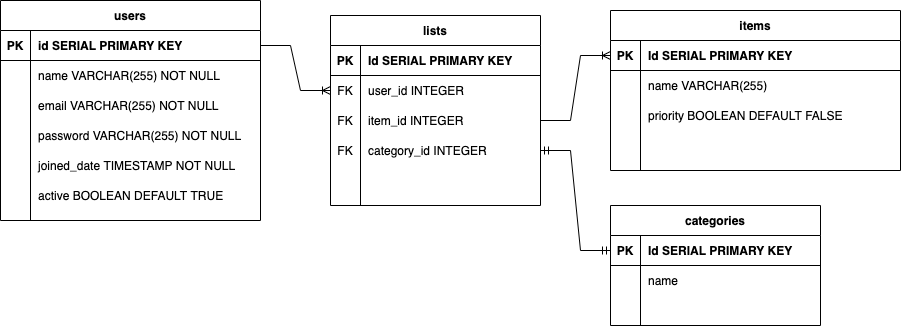
Before: planning/todo_ERD.png, a diagram exported from draw.io (smalott16/lhl_midterm). Source tidied: cells renumbered, new cells last; positions are measured from the earlier drawing's top-left corner, leaving out a move shared by most shapes. The source it was exported from:
```xml
<mxGraphModel>
  <root>
    <mxCell id="0" />
    <mxCell id="1" parent="0" />
    <mxCell id="2" value="users" style="shape=table;startSize=30;rowLines=0;fontStyle=1;align=center;" parent="1" vertex="1">
      <mxGeometry width="260" height="220" as="geometry" />
    </mxCell>
    <mxCell id="3" style="shape=partialRectangle;fillColor=none;top=0;left=0;bottom=1;right=0;points=[[0,0.5],[1,0.5]];portConstraint=eastwest;" parent="2" vertex="1">
      <mxGeometry y="30" width="260" height="30" as="geometry" />
    </mxCell>
    <mxCell id="4" value="PK" style="shape=partialRectangle;fillColor=none;top=0;left=0;bottom=0;right=0;fontStyle=1;overflow=hidden;" parent="3" vertex="1">
      <mxGeometry width="30" height="30" as="geometry" />
    </mxCell>
    <mxCell id="5" value="id SERIAL PRIMARY KEY   " style="shape=partialRectangle;fillColor=none;top=0;left=0;bottom=0;right=0;align=left;spacingLeft=6;fontStyle=1;overflow=hidden;" parent="3" vertex="1">
      <mxGeometry x="30" width="230" height="30" as="geometry" />
    </mxCell>
    <mxCell id="6" style="shape=partialRectangle;fillColor=none;top=0;left=0;bottom=0;right=0;" parent="2" vertex="1">
      <mxGeometry y="60" width="260" height="30" as="geometry" />
    </mxCell>
    <mxCell id="7" style="shape=partialRectangle;fillColor=none;top=0;left=0;bottom=0;right=0;overflow=hidden;" parent="6" vertex="1">
      <mxGeometry width="30" height="30" as="geometry" />
    </mxCell>
    <mxCell id="8" value="name VARCHAR(255) NOT NULL" style="shape=partialRectangle;fillColor=none;top=0;left=0;bottom=0;right=0;align=left;spacingLeft=6;overflow=hidden;" parent="6" vertex="1">
      <mxGeometry x="30" width="230" height="30" as="geometry" />
    </mxCell>
    <mxCell id="9" style="shape=partialRectangle;fillColor=none;top=0;left=0;bottom=0;right=0;" parent="2" vertex="1">
      <mxGeometry y="90" width="260" height="30" as="geometry" />
    </mxCell>
    <mxCell id="10" style="shape=partialRectangle;fillColor=none;top=0;left=0;bottom=0;right=0;overflow=hidden;" parent="9" vertex="1">
      <mxGeometry width="30" height="30" as="geometry" />
    </mxCell>
    <mxCell id="11" value="email VARCHAR(255) NOT NULL" style="shape=partialRectangle;fillColor=none;top=0;left=0;bottom=0;right=0;align=left;spacingLeft=6;overflow=hidden;" parent="9" vertex="1">
      <mxGeometry x="30" width="230" height="30" as="geometry" />
    </mxCell>
    <mxCell id="12" style="shape=partialRectangle;fillColor=none;top=0;left=0;bottom=0;right=0;" parent="2" vertex="1">
      <mxGeometry y="120" width="260" height="30" as="geometry" />
    </mxCell>
    <mxCell id="13" style="shape=partialRectangle;fillColor=none;top=0;left=0;bottom=0;right=0;overflow=hidden;" parent="12" vertex="1">
      <mxGeometry width="30" height="30" as="geometry" />
    </mxCell>
    <mxCell id="14" value="password VARCHAR(255) NOT NULL" style="shape=partialRectangle;fillColor=none;top=0;left=0;bottom=0;right=0;align=left;spacingLeft=6;overflow=hidden;" parent="12" vertex="1">
      <mxGeometry x="30" width="230" height="30" as="geometry" />
    </mxCell>
    <mxCell id="15" style="shape=partialRectangle;fillColor=none;top=0;left=0;bottom=0;right=0;" parent="2" vertex="1">
      <mxGeometry y="150" width="260" height="30" as="geometry" />
    </mxCell>
    <mxCell id="16" style="shape=partialRectangle;fillColor=none;top=0;left=0;bottom=0;right=0;overflow=hidden;" parent="15" vertex="1">
      <mxGeometry width="30" height="30" as="geometry" />
    </mxCell>
    <mxCell id="17" value="joined_date TIMESTAMP NOT NULL" style="shape=partialRectangle;fillColor=none;top=0;left=0;bottom=0;right=0;align=left;spacingLeft=6;overflow=hidden;" parent="15" vertex="1">
      <mxGeometry x="30" width="230" height="30" as="geometry" />
    </mxCell>
    <mxCell id="18" style="shape=partialRectangle;fillColor=none;top=0;left=0;bottom=0;right=0;" parent="2" vertex="1">
      <mxGeometry y="180" width="260" height="30" as="geometry" />
    </mxCell>
    <mxCell id="19" style="shape=partialRectangle;fillColor=none;top=0;left=0;bottom=0;right=0;overflow=hidden;" parent="18" vertex="1">
      <mxGeometry width="30" height="30" as="geometry" />
    </mxCell>
    <mxCell id="20" value="active BOOLEAN DEFAULT TRUE" style="shape=partialRectangle;fillColor=none;top=0;left=0;bottom=0;right=0;align=left;spacingLeft=6;overflow=hidden;" parent="18" vertex="1">
      <mxGeometry x="30" width="230" height="30" as="geometry" />
    </mxCell>
    <mxCell id="21" value="lists" style="shape=table;startSize=30;rowLines=0;fontStyle=1;align=center;" parent="1" vertex="1">
      <mxGeometry x="330" y="15" width="210" height="190" as="geometry" />
    </mxCell>
    <mxCell id="22" style="shape=partialRectangle;fillColor=none;top=0;left=0;bottom=1;right=0;points=[[0,0.5],[1,0.5]];portConstraint=eastwest;" parent="21" vertex="1">
      <mxGeometry y="30" width="210" height="30" as="geometry" />
    </mxCell>
    <mxCell id="23" value="PK" style="shape=partialRectangle;fillColor=none;top=0;left=0;bottom=0;right=0;fontStyle=1;overflow=hidden;" parent="22" vertex="1">
      <mxGeometry width="30" height="30" as="geometry" />
    </mxCell>
    <mxCell id="24" value="Id SERIAL PRIMARY KEY" style="shape=partialRectangle;fillColor=none;top=0;left=0;bottom=0;right=0;align=left;spacingLeft=6;fontStyle=1;overflow=hidden;" parent="22" vertex="1">
      <mxGeometry x="30" width="180" height="30" as="geometry" />
    </mxCell>
    <mxCell id="25" style="shape=partialRectangle;fillColor=none;top=0;left=0;bottom=0;right=0;points=[[0,0.5],[1,0.5]];portConstraint=eastwest;" parent="21" vertex="1">
      <mxGeometry y="60" width="210" height="30" as="geometry" />
    </mxCell>
    <mxCell id="26" value="FK" style="shape=partialRectangle;fillColor=none;top=0;left=0;bottom=0;right=0;overflow=hidden;" parent="25" vertex="1">
      <mxGeometry width="30" height="30" as="geometry" />
    </mxCell>
    <mxCell id="27" value="user_id INTEGER" style="shape=partialRectangle;fillColor=none;top=0;left=0;bottom=0;right=0;align=left;spacingLeft=6;overflow=hidden;" parent="25" vertex="1">
      <mxGeometry x="30" width="180" height="30" as="geometry" />
    </mxCell>
    <mxCell id="28" style="shape=partialRectangle;fillColor=none;top=0;left=0;bottom=0;right=0;points=[[0,0.5],[1,0.5]];portConstraint=eastwest;" parent="21" vertex="1">
      <mxGeometry y="90" width="210" height="30" as="geometry" />
    </mxCell>
    <mxCell id="29" value="FK" style="shape=partialRectangle;fillColor=none;top=0;left=0;bottom=0;right=0;overflow=hidden;" parent="28" vertex="1">
      <mxGeometry width="30" height="30" as="geometry" />
    </mxCell>
    <mxCell id="30" value="item_id INTEGER" style="shape=partialRectangle;fillColor=none;top=0;left=0;bottom=0;right=0;align=left;spacingLeft=6;overflow=hidden;" parent="28" vertex="1">
      <mxGeometry x="30" width="180" height="30" as="geometry" />
    </mxCell>
    <mxCell id="31" style="shape=partialRectangle;fillColor=none;top=0;left=0;bottom=0;right=0;points=[[0,0.5],[1,0.5]];portConstraint=eastwest;" parent="21" vertex="1">
      <mxGeometry y="120" width="210" height="30" as="geometry" />
    </mxCell>
    <mxCell id="32" value="FK" style="shape=partialRectangle;fillColor=none;top=0;left=0;bottom=0;right=0;overflow=hidden;" parent="31" vertex="1">
      <mxGeometry width="30" height="30" as="geometry" />
    </mxCell>
    <mxCell id="33" value="category_id INTEGER" style="shape=partialRectangle;fillColor=none;top=0;left=0;bottom=0;right=0;align=left;spacingLeft=6;overflow=hidden;" parent="31" vertex="1">
      <mxGeometry x="30" width="180" height="30" as="geometry" />
    </mxCell>
    <mxCell id="34" value="categories" style="shape=table;startSize=30;rowLines=0;fontStyle=1;align=center;" parent="1" vertex="1">
      <mxGeometry x="610" y="205" width="210" height="120" as="geometry" />
    </mxCell>
    <mxCell id="35" style="shape=partialRectangle;fillColor=none;top=0;left=0;bottom=1;right=0;points=[[0,0.5],[1,0.5]];portConstraint=eastwest;" parent="34" vertex="1">
      <mxGeometry y="30" width="210" height="30" as="geometry" />
    </mxCell>
    <mxCell id="36" value="PK" style="shape=partialRectangle;fillColor=none;top=0;left=0;bottom=0;right=0;fontStyle=1;overflow=hidden;" parent="35" vertex="1">
      <mxGeometry width="30" height="30" as="geometry" />
    </mxCell>
    <mxCell id="37" value="Id SERIAL PRIMARY KEY" style="shape=partialRectangle;fillColor=none;top=0;left=0;bottom=0;right=0;align=left;spacingLeft=6;fontStyle=1;overflow=hidden;" parent="35" vertex="1">
      <mxGeometry x="30" width="180" height="30" as="geometry" />
    </mxCell>
    <mxCell id="38" style="shape=partialRectangle;fillColor=none;top=0;left=0;bottom=0;right=0;" parent="34" vertex="1">
      <mxGeometry y="60" width="210" height="30" as="geometry" />
    </mxCell>
    <mxCell id="39" style="shape=partialRectangle;fillColor=none;top=0;left=0;bottom=0;right=0;overflow=hidden;" parent="38" vertex="1">
      <mxGeometry width="30" height="30" as="geometry" />
    </mxCell>
    <mxCell id="40" value="name" style="shape=partialRectangle;fillColor=none;top=0;left=0;bottom=0;right=0;align=left;spacingLeft=6;overflow=hidden;" parent="38" vertex="1">
      <mxGeometry x="30" width="180" height="30" as="geometry" />
    </mxCell>
    <mxCell id="41" style="shape=partialRectangle;fillColor=none;top=0;left=0;bottom=0;right=0;" parent="34" vertex="1">
      <mxGeometry y="90" width="210" height="30" as="geometry" />
    </mxCell>
    <mxCell id="42" style="shape=partialRectangle;fillColor=none;top=0;left=0;bottom=0;right=0;overflow=hidden;" parent="41" vertex="1">
      <mxGeometry width="30" height="30" as="geometry" />
    </mxCell>
    <mxCell id="43" style="shape=partialRectangle;fillColor=none;top=0;left=0;bottom=0;right=0;align=left;spacingLeft=6;overflow=hidden;" parent="41" vertex="1">
      <mxGeometry x="30" width="180" height="30" as="geometry" />
    </mxCell>
    <mxCell id="44" value="items" style="shape=table;startSize=30;rowLines=0;fontStyle=1;align=center;" parent="1" vertex="1">
      <mxGeometry x="610" y="10" width="290" height="160" as="geometry" />
    </mxCell>
    <mxCell id="45" style="shape=partialRectangle;fillColor=none;top=0;left=0;bottom=1;right=0;points=[[0,0.5],[1,0.5]];portConstraint=eastwest;" parent="44" vertex="1">
      <mxGeometry y="30" width="290" height="30" as="geometry" />
    </mxCell>
    <mxCell id="46" value="PK" style="shape=partialRectangle;fillColor=none;top=0;left=0;bottom=0;right=0;fontStyle=1;overflow=hidden;" parent="45" vertex="1">
      <mxGeometry width="30" height="30" as="geometry" />
    </mxCell>
    <mxCell id="47" value="Id SERIAL PRIMARY KEY" style="shape=partialRectangle;fillColor=none;top=0;left=0;bottom=0;right=0;align=left;spacingLeft=6;fontStyle=1;overflow=hidden;" parent="45" vertex="1">
      <mxGeometry x="30" width="260" height="30" as="geometry" />
    </mxCell>
    <mxCell id="48" style="shape=partialRectangle;fillColor=none;top=0;left=0;bottom=0;right=0;" parent="44" vertex="1">
      <mxGeometry y="60" width="290" height="30" as="geometry" />
    </mxCell>
    <mxCell id="49" style="shape=partialRectangle;fillColor=none;top=0;left=0;bottom=0;right=0;overflow=hidden;" parent="48" vertex="1">
      <mxGeometry width="30" height="30" as="geometry" />
    </mxCell>
    <mxCell id="50" value="name VARCHAR(255)" style="shape=partialRectangle;fillColor=none;top=0;left=0;bottom=0;right=0;align=left;spacingLeft=6;overflow=hidden;" parent="48" vertex="1">
      <mxGeometry x="30" width="260" height="30" as="geometry" />
    </mxCell>
    <mxCell id="51" style="shape=partialRectangle;fillColor=none;top=0;left=0;bottom=0;right=0;" parent="44" vertex="1">
      <mxGeometry y="90" width="290" height="30" as="geometry" />
    </mxCell>
    <mxCell id="52" style="shape=partialRectangle;fillColor=none;top=0;left=0;bottom=0;right=0;overflow=hidden;" parent="51" vertex="1">
      <mxGeometry width="30" height="30" as="geometry" />
    </mxCell>
    <mxCell id="53" value="priority BOOLEAN DEFAULT FALSE" style="shape=partialRectangle;fillColor=none;top=0;left=0;bottom=0;right=0;align=left;spacingLeft=6;overflow=hidden;" parent="51" vertex="1">
      <mxGeometry x="30" width="260" height="30" as="geometry" />
    </mxCell>
    <mxCell id="54" style="shape=partialRectangle;fillColor=none;top=0;left=0;bottom=0;right=0;points=[[0,0.5],[1,0.5]];portConstraint=eastwest;" parent="44" vertex="1">
      <mxGeometry y="120" width="290" height="30" as="geometry" />
    </mxCell>
    <mxCell id="55" style="shape=partialRectangle;fillColor=none;top=0;left=0;bottom=0;right=0;overflow=hidden;" parent="54" vertex="1">
      <mxGeometry width="30" height="30" as="geometry" />
    </mxCell>
    <mxCell id="56" style="shape=partialRectangle;fillColor=none;top=0;left=0;bottom=0;right=0;align=left;spacingLeft=6;overflow=hidden;" parent="54" vertex="1">
      <mxGeometry x="30" width="260" height="30" as="geometry" />
    </mxCell>
    <mxCell id="57" style="edgeStyle=entityRelationEdgeStyle;fontSize=12;html=1;endArrow=ERoneToMany;rounded=0;exitX=1;exitY=0.5;exitDx=0;exitDy=0;entryX=0;entryY=0.5;entryDx=0;entryDy=0;" parent="1" edge="1" source="3" target="25">
      <mxGeometry relative="1" as="geometry" />
    </mxCell>
    <mxCell id="58" style="edgeStyle=entityRelationEdgeStyle;fontSize=12;html=1;endArrow=ERmandOne;startArrow=ERmandOne;rounded=0;entryX=0;entryY=0.5;entryDx=0;entryDy=0;" parent="1" edge="1" source="31" target="35">
      <mxGeometry relative="1" as="geometry" />
    </mxCell>
    <mxCell id="59" style="edgeStyle=entityRelationEdgeStyle;fontSize=12;html=1;endArrow=ERoneToMany;rounded=0;entryX=0;entryY=0.5;entryDx=0;entryDy=0;" parent="1" edge="1" source="28" target="45">
      <mxGeometry relative="1" as="geometry" />
    </mxCell>
  </root>
</mxGraphModel>
```
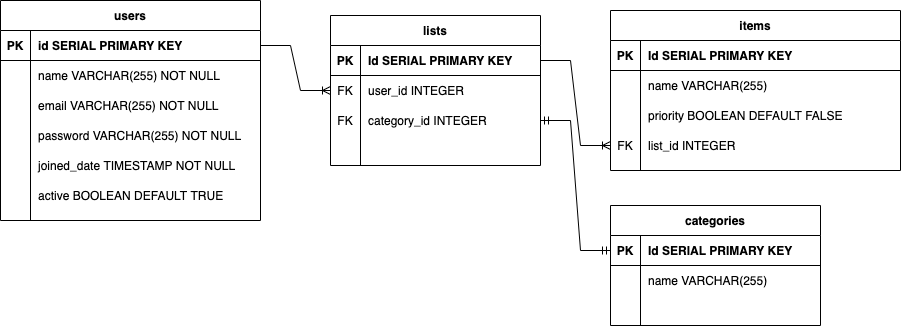
After the commit.

Change to the diagram source:
```diff
@@ -60,7 +60,7 @@
       <mxGeometry x="30" width="230" height="30" as="geometry" />
     </mxCell>
     <mxCell id="21" value="lists" style="shape=table;startSize=30;rowLines=0;fontStyle=1;align=center;" parent="1" vertex="1">
-      <mxGeometry x="330" y="15" width="210" height="190" as="geometry" />
+      <mxGeometry x="330" y="15" width="210" height="150" as="geometry" />
     </mxCell>
     <mxCell id="22" style="shape=partialRectangle;fillColor=none;top=0;left=0;bottom=1;right=0;points=[[0,0.5],[1,0.5]];portConstraint=eastwest;" parent="21" vertex="1">
       <mxGeometry y="30" width="210" height="30" as="geometry" />
@@ -80,24 +80,24 @@
     <mxCell id="27" value="user_id INTEGER" style="shape=partialRectangle;fillColor=none;top=0;left=0;bottom=0;right=0;align=left;spacingLeft=6;overflow=hidden;" parent="25" vertex="1">
       <mxGeometry x="30" width="180" height="30" as="geometry" />
     </mxCell>
+    <mxCell id="31" style="shape=partialRectangle;fillColor=none;top=0;left=0;bottom=0;right=0;points=[[0,0.5],[1,0.5]];portConstraint=eastwest;" parent="21" vertex="1">
+      <mxGeometry y="90" width="210" height="30" as="geometry" />
+    </mxCell>
+    <mxCell id="32" value="FK" style="shape=partialRectangle;fillColor=none;top=0;left=0;bottom=0;right=0;overflow=hidden;" parent="31" vertex="1">
+      <mxGeometry width="30" height="30" as="geometry" />
+    </mxCell>
+    <mxCell id="33" value="category_id INTEGER" style="shape=partialRectangle;fillColor=none;top=0;left=0;bottom=0;right=0;align=left;spacingLeft=6;overflow=hidden;" parent="31" vertex="1">
+      <mxGeometry x="30" width="180" height="30" as="geometry" />
+    </mxCell>
     <mxCell id="28" style="shape=partialRectangle;fillColor=none;top=0;left=0;bottom=0;right=0;points=[[0,0.5],[1,0.5]];portConstraint=eastwest;" parent="21" vertex="1">
-      <mxGeometry y="90" width="210" height="30" as="geometry" />
+      <mxGeometry y="120" width="210" height="30" as="geometry" />
     </mxCell>
-    <mxCell id="29" value="FK" style="shape=partialRectangle;fillColor=none;top=0;left=0;bottom=0;right=0;overflow=hidden;" parent="28" vertex="1">
+    <mxCell id="29" style="shape=partialRectangle;fillColor=none;top=0;left=0;bottom=0;right=0;overflow=hidden;" parent="28" vertex="1">
       <mxGeometry width="30" height="30" as="geometry" />
     </mxCell>
-    <mxCell id="30" value="item_id INTEGER" style="shape=partialRectangle;fillColor=none;top=0;left=0;bottom=0;right=0;align=left;spacingLeft=6;overflow=hidden;" parent="28" vertex="1">
+    <mxCell id="30" style="shape=partialRectangle;fillColor=none;top=0;left=0;bottom=0;right=0;align=left;spacingLeft=6;overflow=hidden;" parent="28" vertex="1">
       <mxGeometry x="30" width="180" height="30" as="geometry" />
     </mxCell>
-    <mxCell id="31" style="shape=partialRectangle;fillColor=none;top=0;left=0;bottom=0;right=0;points=[[0,0.5],[1,0.5]];portConstraint=eastwest;" parent="21" vertex="1">
-      <mxGeometry y="120" width="210" height="30" as="geometry" />
-    </mxCell>
-    <mxCell id="32" value="FK" style="shape=partialRectangle;fillColor=none;top=0;left=0;bottom=0;right=0;overflow=hidden;" parent="31" vertex="1">
-      <mxGeometry width="30" height="30" as="geometry" />
-    </mxCell>
-    <mxCell id="33" value="category_id INTEGER" style="shape=partialRectangle;fillColor=none;top=0;left=0;bottom=0;right=0;align=left;spacingLeft=6;overflow=hidden;" parent="31" vertex="1">
-      <mxGeometry x="30" width="180" height="30" as="geometry" />
-    </mxCell>
     <mxCell id="34" value="categories" style="shape=table;startSize=30;rowLines=0;fontStyle=1;align=center;" parent="1" vertex="1">
       <mxGeometry x="610" y="205" width="210" height="120" as="geometry" />
     </mxCell>
@@ -116,7 +116,7 @@
     <mxCell id="39" style="shape=partialRectangle;fillColor=none;top=0;left=0;bottom=0;right=0;overflow=hidden;" parent="38" vertex="1">
       <mxGeometry width="30" height="30" as="geometry" />
     </mxCell>
-    <mxCell id="40" value="name" style="shape=partialRectangle;fillColor=none;top=0;left=0;bottom=0;right=0;align=left;spacingLeft=6;overflow=hidden;" parent="38" vertex="1">
+    <mxCell id="40" value="name VARCHAR(255)" style="shape=partialRectangle;fillColor=none;top=0;left=0;bottom=0;right=0;align=left;spacingLeft=6;overflow=hidden;" parent="38" vertex="1">
       <mxGeometry x="30" width="180" height="30" as="geometry" />
     </mxCell>
     <mxCell id="41" style="shape=partialRectangle;fillColor=none;top=0;left=0;bottom=0;right=0;" parent="34" vertex="1">
@@ -161,10 +161,10 @@
     <mxCell id="54" style="shape=partialRectangle;fillColor=none;top=0;left=0;bottom=0;right=0;points=[[0,0.5],[1,0.5]];portConstraint=eastwest;" parent="44" vertex="1">
       <mxGeometry y="120" width="290" height="30" as="geometry" />
     </mxCell>
-    <mxCell id="55" style="shape=partialRectangle;fillColor=none;top=0;left=0;bottom=0;right=0;overflow=hidden;" parent="54" vertex="1">
+    <mxCell id="55" value="FK" style="shape=partialRectangle;fillColor=none;top=0;left=0;bottom=0;right=0;overflow=hidden;" parent="54" vertex="1">
       <mxGeometry width="30" height="30" as="geometry" />
     </mxCell>
-    <mxCell id="56" style="shape=partialRectangle;fillColor=none;top=0;left=0;bottom=0;right=0;align=left;spacingLeft=6;overflow=hidden;" parent="54" vertex="1">
+    <mxCell id="56" value="list_id INTEGER" style="shape=partialRectangle;fillColor=none;top=0;left=0;bottom=0;right=0;align=left;spacingLeft=6;overflow=hidden;" parent="54" vertex="1">
       <mxGeometry x="30" width="260" height="30" as="geometry" />
     </mxCell>
     <mxCell id="57" style="edgeStyle=entityRelationEdgeStyle;fontSize=12;html=1;endArrow=ERoneToMany;rounded=0;exitX=1;exitY=0.5;exitDx=0;exitDy=0;entryX=0;entryY=0.5;entryDx=0;entryDy=0;" parent="1" edge="1" source="3" target="25">
@@ -173,7 +173,7 @@
     <mxCell id="58" style="edgeStyle=entityRelationEdgeStyle;fontSize=12;html=1;endArrow=ERmandOne;startArrow=ERmandOne;rounded=0;entryX=0;entryY=0.5;entryDx=0;entryDy=0;" parent="1" edge="1" source="31" target="35">
       <mxGeometry relative="1" as="geometry" />
     </mxCell>
-    <mxCell id="59" style="edgeStyle=entityRelationEdgeStyle;fontSize=12;html=1;endArrow=ERoneToMany;rounded=0;entryX=0;entryY=0.5;entryDx=0;entryDy=0;" parent="1" edge="1" source="28" target="45">
+    <mxCell id="59" style="edgeStyle=entityRelationEdgeStyle;fontSize=12;html=1;endArrow=ERoneToMany;rounded=0;entryX=0;entryY=0.5;entryDx=0;entryDy=0;exitX=1;exitY=0.5;exitDx=0;exitDy=0;" parent="1" edge="1" source="22" target="54">
       <mxGeometry relative="1" as="geometry" />
     </mxCell>
   </root>
```
